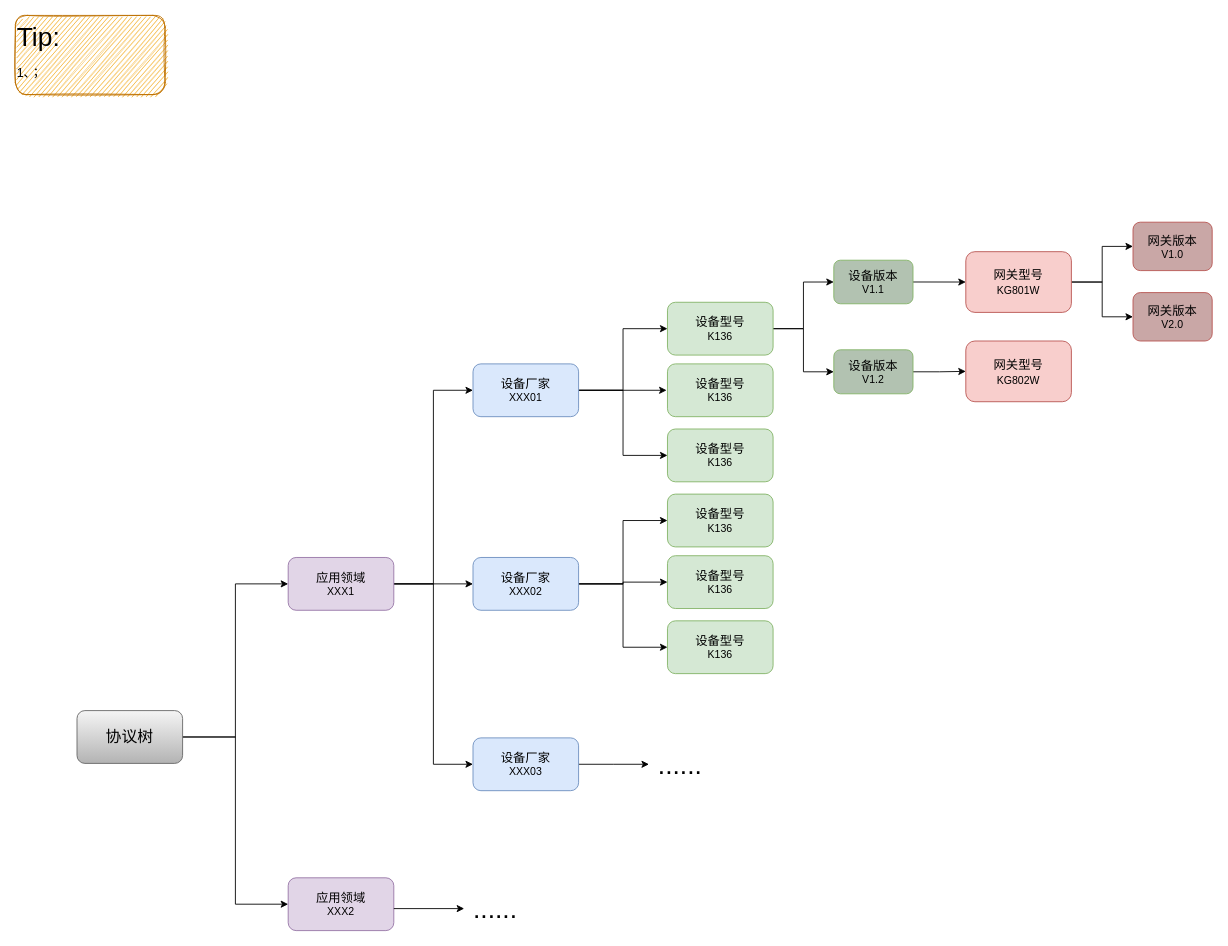
Earlier version of the draw.io diagram 协议列表.drawio (foreverfirst/draw). Source tidied: cells renumbered, new cells numbered last; positions are measured from the earlier drawing's top-left corner, leaving out a move shared by most shapes. Both pictures are drawn from the tidied source at 88%, with x=0, y=0 at pixel (15, 15).
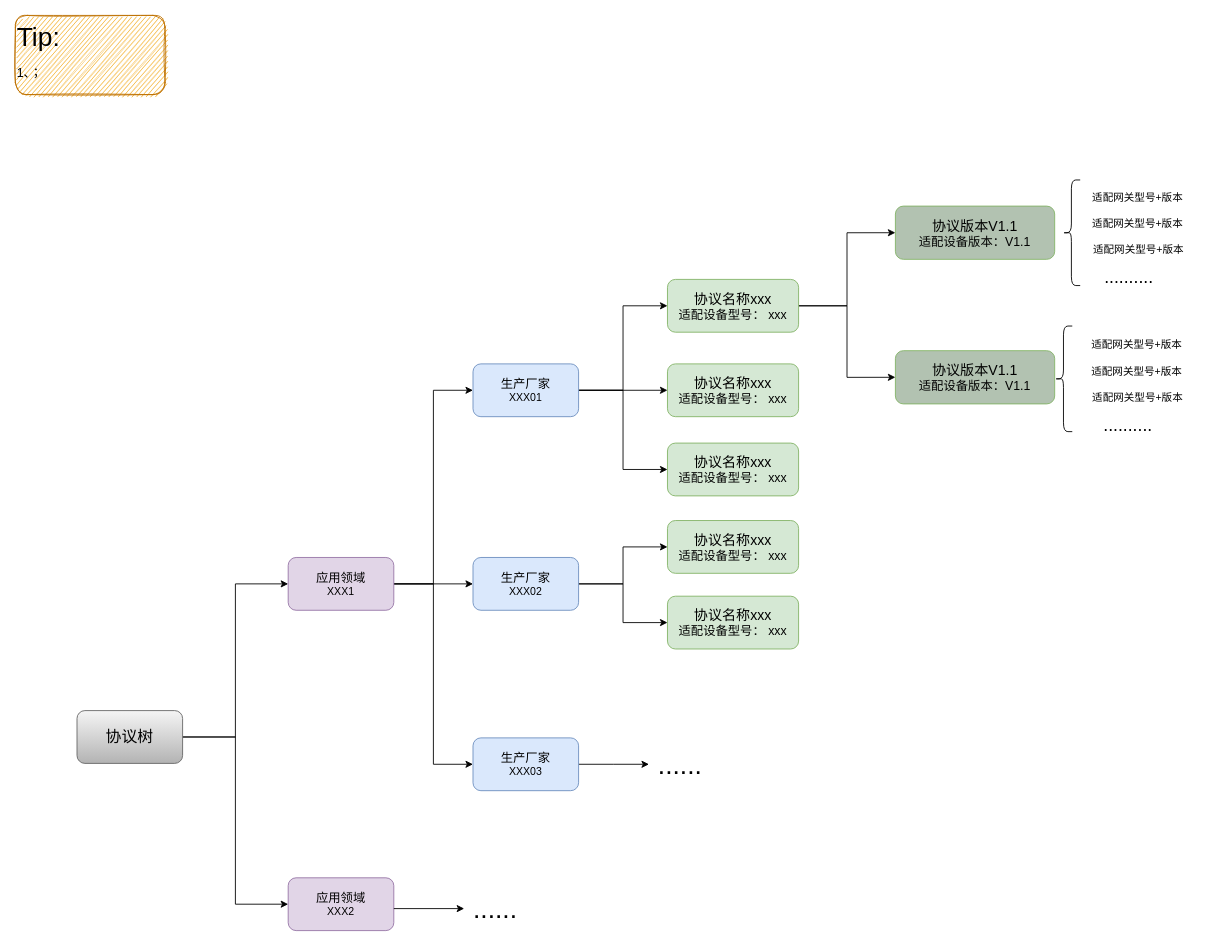
The same diagram, later.

Commit message:
更新协议列表.drawio

What changed in the source:
```diff
@@
-    <mxCell id="3" style="edgeStyle=orthogonalEdgeStyle;rounded=0;jettySize=auto;html=1;exitX=1;exitY=0.5;exitDx=0;exitDy=0;entryX=0;entryY=0.5;entryDx=0;entryDy=0;" parent="1" edge="1" source="5">
-      <mxGeometry relative="1" as="geometry">
-        <mxPoint x="740" y="426" as="targetPoint" />
-      </mxGeometry>
+    <mxCell id="3" style="edgeStyle=orthogonalEdgeStyle;rounded=0;jettySize=auto;html=1;exitX=1;exitY=0.5;exitDx=0;exitDy=0;entryX=0;entryY=0.5;entryDx=0;entryDy=0;" parent="1" edge="1" source="5" target="48">
+      <mxGeometry relative="1" as="geometry" />
     </mxCell>
-    <mxCell id="4" style="edgeStyle=orthogonalEdgeStyle;rounded=0;jettySize=auto;html=1;exitX=1;exitY=0.5;exitDx=0;exitDy=0;entryX=0;entryY=0.5;entryDx=0;entryDy=0;fontSize=12;fontColor=#3333FF;" parent="1" edge="1" source="5" target="28">
+    <mxCell id="4" style="edgeStyle=orthogonalEdgeStyle;rounded=0;jettySize=auto;html=1;exitX=1;exitY=0.5;exitDx=0;exitDy=0;fontSize=12;fontColor=#3333FF;entryX=0;entryY=0.5;entryDx=0;entryDy=0;" parent="1" edge="1" source="5" target="51">
       <mxGeometry relative="1" as="geometry" />
     </mxCell>
-    <mxCell id="5" value="&lt;font style=&quot;font-size: 14px;&quot;&gt;设备厂家&lt;/font&gt;&lt;br&gt;XXX01" style="rounded=1;whiteSpace=wrap;html=1;fillColor=#dae8fc;strokeColor=#6c8ebf;" parent="1" vertex="1">
+    <mxCell id="5" value="&lt;font style=&quot;font-size: 14px;&quot;&gt;生产厂家&lt;/font&gt;&lt;br&gt;XXX01" style="rounded=1;whiteSpace=wrap;html=1;fillColor=#dae8fc;strokeColor=#6c8ebf;" parent="1" vertex="1">
       <mxGeometry x="520" y="396" width="120" height="60" as="geometry" />
     </mxCell>
@@
-    <mxCell id="10" style="edgeStyle=orthogonalEdgeStyle;rounded=0;jettySize=auto;html=1;exitX=1;exitY=0.5;exitDx=0;exitDy=0;entryX=0;entryY=0.5;entryDx=0;entryDy=0;" parent="1" edge="1" source="13" target="30">
+    <mxCell id="10" style="edgeStyle=orthogonalEdgeStyle;rounded=0;jettySize=auto;html=1;exitX=1;exitY=0.5;exitDx=0;exitDy=0;entryX=0;entryY=0.5;entryDx=0;entryDy=0;" parent="1" edge="1" source="13" target="50">
       <mxGeometry relative="1" as="geometry" />
     </mxCell>
-    <mxCell id="11" style="edgeStyle=orthogonalEdgeStyle;rounded=0;jettySize=auto;html=1;exitX=1;exitY=0.5;exitDx=0;exitDy=0;entryX=0;entryY=0.5;entryDx=0;entryDy=0;" parent="1" edge="1" source="13" target="32">
-      <mxGeometry relative="1" as="geometry" />
-    </mxCell>
-    <mxCell id="12" style="edgeStyle=orthogonalEdgeStyle;rounded=0;jettySize=auto;html=1;exitX=1;exitY=0.5;exitDx=0;exitDy=0;entryX=0;entryY=0.5;entryDx=0;entryDy=0;" parent="1" edge="1" source="13" target="31">
+    <mxCell id="12" style="edgeStyle=orthogonalEdgeStyle;rounded=0;jettySize=auto;html=1;exitX=1;exitY=0.5;exitDx=0;exitDy=0;entryX=0;entryY=0.5;entryDx=0;entryDy=0;" parent="1" edge="1" source="13" target="49">
       <mxGeometry relative="1" as="geometry" />
     </mxCell>
-    <mxCell id="13" value="&lt;font style=&quot;font-size: 14px;&quot;&gt;设备厂家&lt;/font&gt;&lt;br&gt;XXX02" style="rounded=1;whiteSpace=wrap;html=1;fillColor=#dae8fc;strokeColor=#6c8ebf;" parent="1" vertex="1">
+    <mxCell id="13" value="&lt;font style=&quot;border-color: var(--border-color); font-size: 14px;&quot;&gt;生产厂家&lt;/font&gt;&lt;br style=&quot;border-color: var(--border-color);&quot;&gt;XXX02" style="rounded=1;whiteSpace=wrap;html=1;fillColor=#dae8fc;strokeColor=#6c8ebf;" parent="1" vertex="1">
       <mxGeometry x="520" y="616" width="120" height="60" as="geometry" />
     </mxCell>
@@
-    <mxCell id="15" style="edgeStyle=orthogonalEdgeStyle;rounded=0;jettySize=auto;html=1;exitX=1;exitY=0.5;exitDx=0;exitDy=0;entryX=0;entryY=0.5;entryDx=0;entryDy=0;fontSize=30;" parent="1" edge="1" source="16" target="40">
-      <mxGeometry relative="1" as="geometry" />
-    </mxCell>
+    <mxCell id="42" style="edgeStyle=orthogonalEdgeStyle;rounded=0;jettySize=auto;html=1;exitX=1;exitY=0.5;exitDx=0;exitDy=0;entryX=0;entryY=0.5;entryDx=0;entryDy=0;" parent="1" edge="1" source="16" target="44">
+      <mxGeometry relative="1" as="geometry" />
+    </mxCell>
-    <mxCell id="16" value="&lt;font style=&quot;&quot;&gt;&lt;span style=&quot;font-size: 14px;&quot;&gt;设备型号&lt;/span&gt;&lt;br&gt;&lt;font style=&quot;font-size: 12px;&quot;&gt;K136&lt;/font&gt;&lt;br&gt;&lt;/font&gt;" style="rounded=1;whiteSpace=wrap;html=1;fillColor=#d5e8d4;strokeColor=#82b366;" parent="1" vertex="1">
-      <mxGeometry x="741" y="326" width="120" height="60" as="geometry" />
+    <mxCell id="16" value="&lt;font style=&quot;&quot;&gt;&lt;font style=&quot;font-size: 16px;&quot;&gt;协议名称xxx&lt;/font&gt;&lt;br&gt;&lt;span style=&quot;font-size: 14px;&quot;&gt;适配设备型号：&amp;nbsp;&lt;/span&gt;&lt;font style=&quot;font-size: 14px;&quot;&gt;xxx&lt;/font&gt;&lt;br&gt;&lt;/font&gt;" style="rounded=1;whiteSpace=wrap;html=1;fillColor=#d5e8d4;strokeColor=#82b366;" parent="1" vertex="1">
+      <mxGeometry x="741" y="300" width="149" height="60" as="geometry" />
     </mxCell>
@@
-    <mxCell id="18" value="&lt;font style=&quot;font-size: 14px;&quot;&gt;设备厂家&lt;/font&gt;&lt;br&gt;XXX03" style="rounded=1;whiteSpace=wrap;html=1;fillColor=#dae8fc;strokeColor=#6c8ebf;" parent="1" vertex="1">
+    <mxCell id="18" value="&lt;font style=&quot;border-color: var(--border-color); font-size: 14px;&quot;&gt;生产厂家&lt;/font&gt;&lt;br style=&quot;border-color: var(--border-color);&quot;&gt;XXX03" style="rounded=1;whiteSpace=wrap;html=1;fillColor=#dae8fc;strokeColor=#6c8ebf;" parent="1" vertex="1">
       <mxGeometry x="520" y="821" width="120" height="60" as="geometry" />
     </mxCell>
@@
-    <mxCell id="20" style="edgeStyle=orthogonalEdgeStyle;rounded=0;jettySize=auto;html=1;exitX=1;exitY=0.5;exitDx=0;exitDy=0;entryX=0;entryY=0.5;entryDx=0;entryDy=0;fontSize=14;" parent="1" edge="1" source="21" target="35">
-      <mxGeometry relative="1" as="geometry" />
-    </mxCell>
-    <mxCell id="21" value="&lt;font style=&quot;font-size: 14px;&quot;&gt;设备版本&lt;/font&gt;&lt;br&gt;V1.1" style="rounded=1;whiteSpace=wrap;html=1;fillColor=#B2C2B1;strokeColor=#82b366;" parent="1" vertex="1">
-      <mxGeometry x="930" y="278.2" width="90" height="49.5" as="geometry" />
+    <mxCell id="21" value="&lt;font style=&quot;font-size: 16px;&quot;&gt;协议版本V1.1&lt;br&gt;&lt;/font&gt;&lt;font style=&quot;font-size: 14px;&quot;&gt;适配设备版本：V1.1&lt;/font&gt;" style="rounded=1;whiteSpace=wrap;html=1;fillColor=#B2C2B1;strokeColor=#82b366;" parent="1" vertex="1">
+      <mxGeometry x="1000" y="216.7" width="181" height="60.5" as="geometry" />
     </mxCell>
@@
-    <mxCell id="28" value="&lt;font style=&quot;&quot;&gt;&lt;span style=&quot;font-size: 14px;&quot;&gt;设备型号&lt;/span&gt;&lt;br&gt;&lt;font style=&quot;font-size: 12px;&quot;&gt;K136&lt;/font&gt;&lt;br&gt;&lt;/font&gt;" style="rounded=1;whiteSpace=wrap;html=1;fillColor=#d5e8d4;strokeColor=#82b366;" parent="1" vertex="1">
-      <mxGeometry x="741" y="470" width="120" height="60" as="geometry" />
-    </mxCell>
-    <mxCell id="29" value="&lt;font style=&quot;&quot;&gt;&lt;span style=&quot;font-size: 14px;&quot;&gt;设备型号&lt;/span&gt;&lt;br&gt;&lt;font style=&quot;font-size: 12px;&quot;&gt;K136&lt;/font&gt;&lt;br&gt;&lt;/font&gt;" style="rounded=1;whiteSpace=wrap;html=1;fillColor=#d5e8d4;strokeColor=#82b366;" parent="1" vertex="1">
-      <mxGeometry x="741" y="396" width="120" height="60" as="geometry" />
-    </mxCell>
-    <mxCell id="30" value="&lt;font style=&quot;&quot;&gt;&lt;span style=&quot;font-size: 14px;&quot;&gt;设备型号&lt;/span&gt;&lt;br&gt;&lt;font style=&quot;font-size: 12px;&quot;&gt;K136&lt;/font&gt;&lt;br&gt;&lt;/font&gt;" style="rounded=1;whiteSpace=wrap;html=1;fillColor=#d5e8d4;strokeColor=#82b366;" parent="1" vertex="1">
-      <mxGeometry x="741" y="544" width="120" height="60" as="geometry" />
-    </mxCell>
-    <mxCell id="31" value="&lt;font style=&quot;&quot;&gt;&lt;span style=&quot;font-size: 14px;&quot;&gt;设备型号&lt;/span&gt;&lt;br&gt;&lt;font style=&quot;font-size: 12px;&quot;&gt;K136&lt;/font&gt;&lt;br&gt;&lt;/font&gt;" style="rounded=1;whiteSpace=wrap;html=1;fillColor=#d5e8d4;strokeColor=#82b366;" parent="1" vertex="1">
-      <mxGeometry x="741" y="688" width="120" height="60" as="geometry" />
-    </mxCell>
-    <mxCell id="32" value="&lt;font style=&quot;&quot;&gt;&lt;span style=&quot;font-size: 14px;&quot;&gt;设备型号&lt;/span&gt;&lt;br&gt;&lt;font style=&quot;font-size: 12px;&quot;&gt;K136&lt;/font&gt;&lt;br&gt;&lt;/font&gt;" style="rounded=1;whiteSpace=wrap;html=1;fillColor=#d5e8d4;strokeColor=#82b366;" parent="1" vertex="1">
-      <mxGeometry x="741" y="614" width="120" height="60" as="geometry" />
-    </mxCell>
-    <mxCell id="33" style="edgeStyle=orthogonalEdgeStyle;rounded=0;jettySize=auto;html=1;exitX=1;exitY=0.5;exitDx=0;exitDy=0;entryX=0;entryY=0.5;entryDx=0;entryDy=0;fontSize=18;fontColor=#000000;" parent="1" edge="1" source="35" target="36">
-      <mxGeometry relative="1" as="geometry" />
-    </mxCell>
-    <mxCell id="34" style="edgeStyle=orthogonalEdgeStyle;rounded=0;jettySize=auto;html=1;exitX=1;exitY=0.5;exitDx=0;exitDy=0;entryX=0;entryY=0.5;entryDx=0;entryDy=0;fontSize=18;fontColor=#000000;" parent="1" edge="1" source="35" target="37">
-      <mxGeometry relative="1" as="geometry" />
-    </mxCell>
-    <mxCell id="35" value="网关型号&lt;br&gt;&lt;span style=&quot;font-size: 12px;&quot;&gt;KG801W&lt;/span&gt;" style="rounded=1;whiteSpace=wrap;html=1;shadow=0;glass=0;sketch=0;strokeWidth=1;fontSize=14;fillColor=#f8cecc;strokeColor=#b85450;" parent="1" vertex="1">
-      <mxGeometry x="1080" y="268.5" width="120" height="69" as="geometry" />
-    </mxCell>
-    <mxCell id="36" value="&lt;font style=&quot;font-size: 14px;&quot;&gt;网关版本&lt;/font&gt;&lt;br&gt;V1.0" style="rounded=1;whiteSpace=wrap;html=1;fillColor=#C9A7A6;strokeColor=#b85450;" parent="1" vertex="1">
-      <mxGeometry x="1270" y="235" width="90" height="55" as="geometry" />
-    </mxCell>
-    <mxCell id="37" value="&lt;font style=&quot;font-size: 14px;&quot;&gt;网关版本&lt;/font&gt;&lt;br&gt;V2.0" style="rounded=1;whiteSpace=wrap;html=1;fillColor=#C9A7A6;strokeColor=#b85450;" parent="1" vertex="1">
-      <mxGeometry x="1270" y="315" width="90" height="55" as="geometry" />
-    </mxCell>
@@
-    <mxCell id="39" style="edgeStyle=orthogonalEdgeStyle;rounded=0;jettySize=auto;html=1;exitX=1;exitY=0.5;exitDx=0;exitDy=0;entryX=0;entryY=0.5;entryDx=0;entryDy=0;fontSize=18;fontColor=#000000;" parent="1" edge="1" source="40" target="41">
-      <mxGeometry relative="1" as="geometry" />
-    </mxCell>
-    <mxCell id="40" value="&lt;font style=&quot;font-size: 14px;&quot;&gt;设备版本&lt;/font&gt;&lt;br&gt;V1.2" style="rounded=1;whiteSpace=wrap;html=1;fillColor=#B2C2B1;strokeColor=#82b366;" parent="1" vertex="1">
-      <mxGeometry x="930" y="380" width="90" height="50" as="geometry" />
-    </mxCell>
-    <mxCell id="41" value="网关型号&lt;br&gt;&lt;span style=&quot;font-size: 12px;&quot;&gt;KG802W&lt;/span&gt;" style="rounded=1;whiteSpace=wrap;html=1;shadow=0;glass=0;sketch=0;strokeWidth=1;fontSize=14;fillColor=#f8cecc;strokeColor=#b85450;" parent="1" vertex="1">
-      <mxGeometry x="1080" y="370" width="120" height="69" as="geometry" />
-    </mxCell>
+    <mxCell id="43" style="shape=curlyBracket;whiteSpace=wrap;html=1;rounded=1;labelPosition=left;verticalLabelPosition=middle;align=right;verticalAlign=middle;" parent="1" vertex="1">
+      <mxGeometry x="1190" y="187" width="20" height="120" as="geometry" />
+    </mxCell>
+    <mxCell id="44" value="&lt;font style=&quot;font-size: 16px;&quot;&gt;协议版本V1.1&lt;br&gt;&lt;/font&gt;&lt;font style=&quot;font-size: 14px;&quot;&gt;适配设备版本：V1.1&lt;/font&gt;" style="rounded=1;whiteSpace=wrap;html=1;fillColor=#B2C2B1;strokeColor=#82b366;" parent="1" vertex="1">
+      <mxGeometry x="1000" y="381" width="181" height="60.5" as="geometry" />
+    </mxCell>
+    <mxCell id="45" value="适配网关型号+版本" style="text;html=1;align=center;verticalAlign=middle;strokeColor=none;fillColor=none;" parent="1" vertex="1">
+      <mxGeometry x="1210" y="192.3" width="130" height="30" as="geometry" />
+    </mxCell>
+    <mxCell id="46" value=".........." style="text;html=1;align=center;verticalAlign=middle;strokeColor=none;fillColor=none;strokeWidth=2;fontSize=20;" parent="1" vertex="1">
+      <mxGeometry x="1225" y="277.3" width="80" height="40" as="geometry" />
+    </mxCell>
+    <mxCell id="47" style="shape=curlyBracket;whiteSpace=wrap;html=1;rounded=1;labelPosition=left;verticalLabelPosition=middle;align=right;verticalAlign=middle;" parent="1" vertex="1">
+      <mxGeometry x="1181" y="353" width="20" height="120" as="geometry" />
+    </mxCell>
+    <mxCell id="48" value="&lt;font style=&quot;&quot;&gt;&lt;font style=&quot;font-size: 16px;&quot;&gt;协议名称xxx&lt;/font&gt;&lt;br&gt;&lt;span style=&quot;font-size: 14px;&quot;&gt;适配设备型号：&amp;nbsp;&lt;/span&gt;&lt;font style=&quot;font-size: 14px;&quot;&gt;xxx&lt;/font&gt;&lt;br&gt;&lt;/font&gt;" style="rounded=1;whiteSpace=wrap;html=1;fillColor=#d5e8d4;strokeColor=#82b366;" parent="1" vertex="1">
+      <mxGeometry x="741" y="396" width="149" height="60" as="geometry" />
+    </mxCell>
+    <mxCell id="49" value="&lt;font style=&quot;&quot;&gt;&lt;font style=&quot;font-size: 16px;&quot;&gt;协议名称xxx&lt;/font&gt;&lt;br&gt;&lt;span style=&quot;font-size: 14px;&quot;&gt;适配设备型号：&amp;nbsp;&lt;/span&gt;&lt;font style=&quot;font-size: 14px;&quot;&gt;xxx&lt;/font&gt;&lt;br&gt;&lt;/font&gt;" style="rounded=1;whiteSpace=wrap;html=1;fillColor=#d5e8d4;strokeColor=#82b366;" parent="1" vertex="1">
+      <mxGeometry x="741" y="660" width="149" height="60" as="geometry" />
+    </mxCell>
+    <mxCell id="50" value="&lt;font style=&quot;&quot;&gt;&lt;font style=&quot;font-size: 16px;&quot;&gt;协议名称xxx&lt;/font&gt;&lt;br&gt;&lt;span style=&quot;font-size: 14px;&quot;&gt;适配设备型号：&amp;nbsp;&lt;/span&gt;&lt;font style=&quot;font-size: 14px;&quot;&gt;xxx&lt;/font&gt;&lt;br&gt;&lt;/font&gt;" style="rounded=1;whiteSpace=wrap;html=1;fillColor=#d5e8d4;strokeColor=#82b366;" parent="1" vertex="1">
+      <mxGeometry x="741" y="574" width="149" height="60" as="geometry" />
+    </mxCell>
+    <mxCell id="51" value="&lt;font style=&quot;&quot;&gt;&lt;font style=&quot;font-size: 16px;&quot;&gt;协议名称xxx&lt;/font&gt;&lt;br&gt;&lt;span style=&quot;font-size: 14px;&quot;&gt;适配设备型号：&amp;nbsp;&lt;/span&gt;&lt;font style=&quot;font-size: 14px;&quot;&gt;xxx&lt;/font&gt;&lt;br&gt;&lt;/font&gt;" style="rounded=1;whiteSpace=wrap;html=1;fillColor=#d5e8d4;strokeColor=#82b366;" parent="1" vertex="1">
+      <mxGeometry x="741" y="486" width="149" height="60" as="geometry" />
+    </mxCell>
+    <mxCell id="52" value="适配网关型号+版本" style="text;html=1;align=center;verticalAlign=middle;strokeColor=none;fillColor=none;" parent="1" vertex="1">
+      <mxGeometry x="1210" y="222.3" width="130" height="30" as="geometry" />
+    </mxCell>
+    <mxCell id="53" value="适配网关型号+版本" style="text;html=1;align=center;verticalAlign=middle;strokeColor=none;fillColor=none;" parent="1" vertex="1">
+      <mxGeometry x="1211" y="252.3" width="130" height="30" as="geometry" />
+    </mxCell>
+    <mxCell id="54" value="适配网关型号+版本" style="text;html=1;align=center;verticalAlign=middle;strokeColor=none;fillColor=none;" parent="1" vertex="1">
+      <mxGeometry x="1209" y="360" width="130" height="30" as="geometry" />
+    </mxCell>
+    <mxCell id="55" value=".........." style="text;html=1;align=center;verticalAlign=middle;strokeColor=none;fillColor=none;strokeWidth=2;fontSize=20;" parent="1" vertex="1">
+      <mxGeometry x="1224" y="445" width="80" height="40" as="geometry" />
+    </mxCell>
+    <mxCell id="56" value="适配网关型号+版本" style="text;html=1;align=center;verticalAlign=middle;strokeColor=none;fillColor=none;" parent="1" vertex="1">
+      <mxGeometry x="1209" y="390" width="130" height="30" as="geometry" />
+    </mxCell>
+    <mxCell id="57" value="适配网关型号+版本" style="text;html=1;align=center;verticalAlign=middle;strokeColor=none;fillColor=none;" parent="1" vertex="1">
+      <mxGeometry x="1210" y="420" width="130" height="30" as="geometry" />
+    </mxCell>
```
